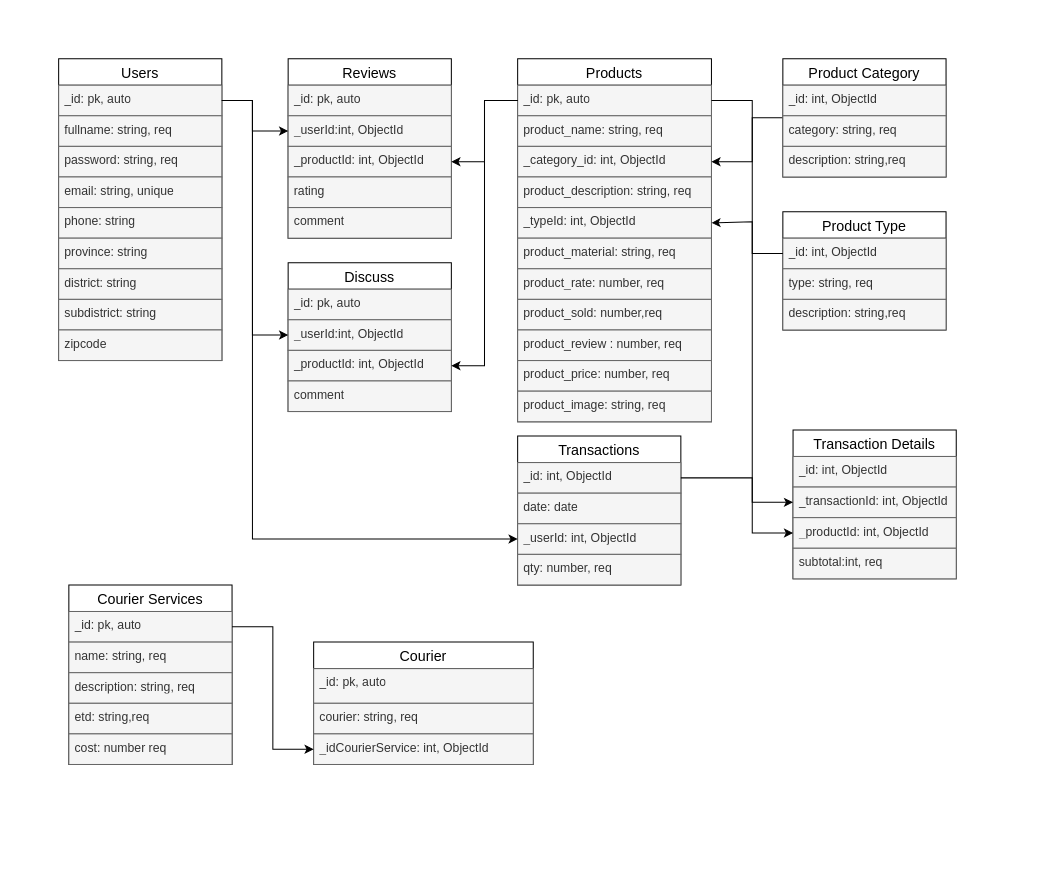
Above: erd/ERD Furnivul.drawio in Skilvul-MSIB-5-Fullstack-3/furnivul-server (draw.io), before the change. Source tidied: cells renumbered, new cells numbered last; positions are measured from the earlier drawing's top-left corner, leaving out a move shared by most shapes. Both pictures are drawn from the tidied source at 102%, with x=0, y=0 at pixel (58, 58).
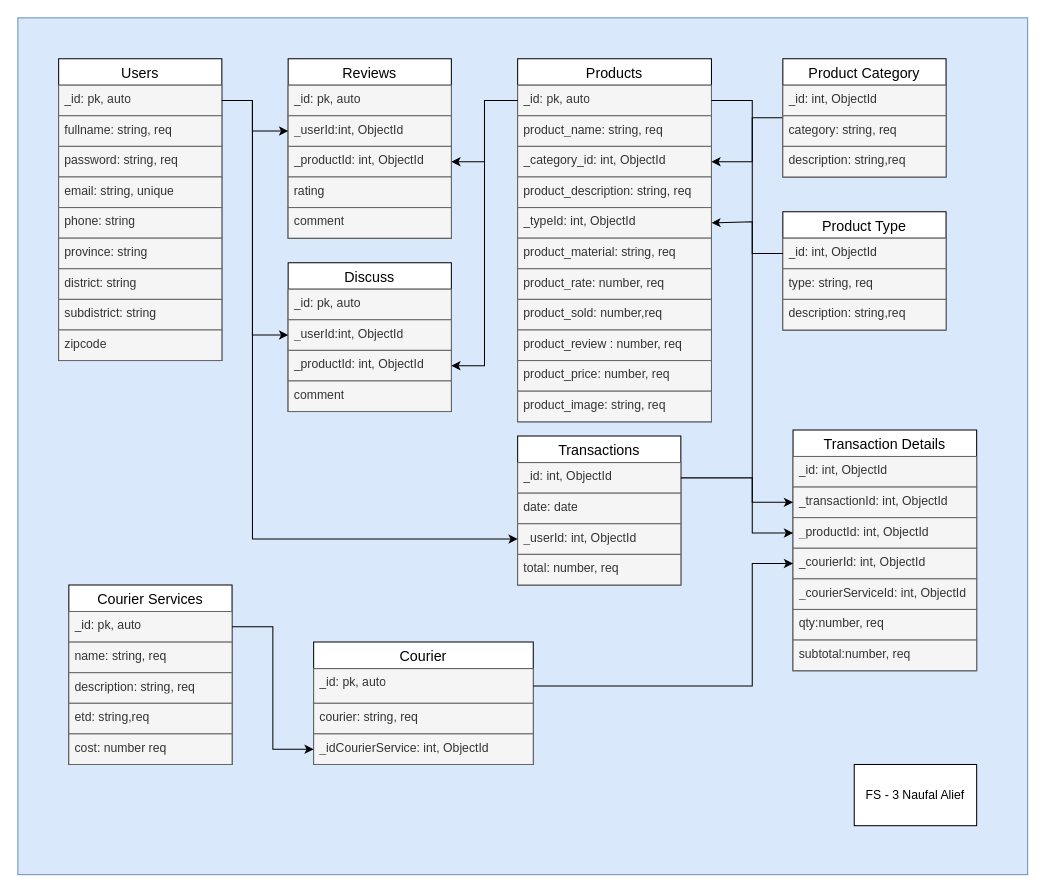
The same diagram, later.

Unchanged cells that the change refers to:
```xml
<mxCell id="50" value="_id: pk, auto" style="text;strokeColor=#666666;fillColor=#f5f5f5;spacingLeft=4;spacingRight=4;overflow=hidden;points=[[0,0.5],[1,0.5]];portConstraint=eastwest;fontSize=12;whiteSpace=wrap;html=1;fontColor=#333333;" parent="49" vertex="1">
  <mxGeometry y="26" width="215.3" height="34" as="geometry" />
</mxCell>
<mxCell id="60" value="Transactions" style="swimlane;fontStyle=0;horizontal=1;startSize=26;align=center;fontSize=14;" parent="1" vertex="1">
  <mxGeometry x="450" y="370" width="160" height="146" as="geometry" />
</mxCell>
```

Diff of the diagram source:
```diff
@@
+    <mxCell id="73" style="rounded=0;whiteSpace=wrap;html=1;fillColor=#dae8fc;strokeColor=#6c8ebf;" parent="1" vertex="1">
+      <mxGeometry x="-40" y="-40" width="990" height="840" as="geometry" />
+    </mxCell>
@@
-    <mxCell id="64" value="qty: number, req" style="text;strokeColor=#666666;fillColor=#f5f5f5;spacingLeft=4;spacingRight=4;overflow=hidden;fontSize=12;whiteSpace=wrap;html=1;fontColor=#333333;" parent="60" vertex="1">
+    <mxCell id="64" value="total: number, req" style="text;strokeColor=#666666;fillColor=#f5f5f5;spacingLeft=4;spacingRight=4;overflow=hidden;fontSize=12;whiteSpace=wrap;html=1;fontColor=#333333;" parent="60" vertex="1">
       <mxGeometry y="116" width="160" height="30" as="geometry" />
     </mxCell>
     <mxCell id="65" value="Transaction Details" style="swimlane;fontStyle=0;horizontal=1;startSize=26;align=center;fontSize=14;" parent="1" vertex="1">
-      <mxGeometry x="720" y="364" width="160" height="146" as="geometry" />
+      <mxGeometry x="720" y="364" width="180" height="236" as="geometry" />
     </mxCell>
     <mxCell id="66" value="_id: int, ObjectId" style="text;strokeColor=#666666;fillColor=#f5f5f5;spacingLeft=4;spacingRight=4;overflow=hidden;fontSize=12;whiteSpace=wrap;html=1;fontColor=#333333;" parent="65" vertex="1">
-      <mxGeometry y="26" width="160" height="30" as="geometry" />
+      <mxGeometry y="26" width="180" height="30" as="geometry" />
     </mxCell>
     <mxCell id="67" value="_transactionId: int, ObjectId" style="text;strokeColor=#666666;fillColor=#f5f5f5;spacingLeft=4;spacingRight=4;overflow=hidden;points=[[0,0.5],[1,0.5]];portConstraint=eastwest;fontSize=12;whiteSpace=wrap;html=1;fontColor=#333333;" parent="65" vertex="1">
-      <mxGeometry y="56" width="160" height="30" as="geometry" />
+      <mxGeometry y="56" width="180" height="30" as="geometry" />
     </mxCell>
     <mxCell id="68" value="_productId: int, ObjectId" style="text;strokeColor=#666666;fillColor=#f5f5f5;spacingLeft=4;spacingRight=4;overflow=hidden;points=[[0,0.5],[1,0.5]];portConstraint=eastwest;fontSize=12;whiteSpace=wrap;html=1;fontColor=#333333;" parent="65" vertex="1">
-      <mxGeometry y="86" width="160" height="30" as="geometry" />
+      <mxGeometry y="86" width="180" height="30" as="geometry" />
     </mxCell>
-    <mxCell id="69" value="subtotal:int, req" style="text;strokeColor=#666666;fillColor=#f5f5f5;spacingLeft=4;spacingRight=4;overflow=hidden;points=[[0,0.5],[1,0.5]];portConstraint=eastwest;fontSize=12;whiteSpace=wrap;html=1;fontColor=#333333;" parent="65" vertex="1">
-      <mxGeometry y="116" width="160" height="30" as="geometry" />
+    <mxCell id="69" value="_courierId: int, ObjectId" style="text;strokeColor=#666666;fillColor=#f5f5f5;spacingLeft=4;spacingRight=4;overflow=hidden;points=[[0,0.5],[1,0.5]];portConstraint=eastwest;fontSize=12;whiteSpace=wrap;html=1;fontColor=#333333;" parent="65" vertex="1">
+      <mxGeometry y="116" width="180" height="30" as="geometry" />
     </mxCell>
+    <mxCell id="74" value="_courierServiceId: int, ObjectId" style="text;strokeColor=#666666;fillColor=#f5f5f5;spacingLeft=4;spacingRight=4;overflow=hidden;fontSize=12;whiteSpace=wrap;html=1;fontColor=#333333;" parent="65" vertex="1">
+      <mxGeometry y="146" width="180" height="30" as="geometry" />
+    </mxCell>
+    <mxCell id="75" value="qty:number, req" style="text;strokeColor=#666666;fillColor=#f5f5f5;spacingLeft=4;spacingRight=4;overflow=hidden;fontSize=12;whiteSpace=wrap;html=1;fontColor=#333333;" parent="65" vertex="1">
+      <mxGeometry y="176" width="180" height="30" as="geometry" />
+    </mxCell>
+    <mxCell id="76" value="subtotal:number, req" style="text;strokeColor=#666666;fillColor=#f5f5f5;spacingLeft=4;spacingRight=4;overflow=hidden;fontSize=12;whiteSpace=wrap;html=1;fontColor=#333333;" parent="65" vertex="1">
+      <mxGeometry y="206" width="180" height="30" as="geometry" />
+    </mxCell>
@@
+    <mxCell id="77" style="edgeStyle=orthogonalEdgeStyle;rounded=0;jettySize=auto;html=1;entryX=0;entryY=0.5;entryDx=0;entryDy=0;" parent="1" edge="1" source="50" target="69">
+      <mxGeometry relative="1" as="geometry">
+        <Array as="points">
+          <mxPoint x="680" y="615" />
+          <mxPoint x="680" y="495" />
+        </Array>
+      </mxGeometry>
+    </mxCell>
+    <mxCell id="78" value="FS - 3 Naufal Alief" style="rounded=0;whiteSpace=wrap;html=1;" parent="1" vertex="1">
+      <mxGeometry x="780" y="692" width="120" height="60" as="geometry" />
+    </mxCell>
```
